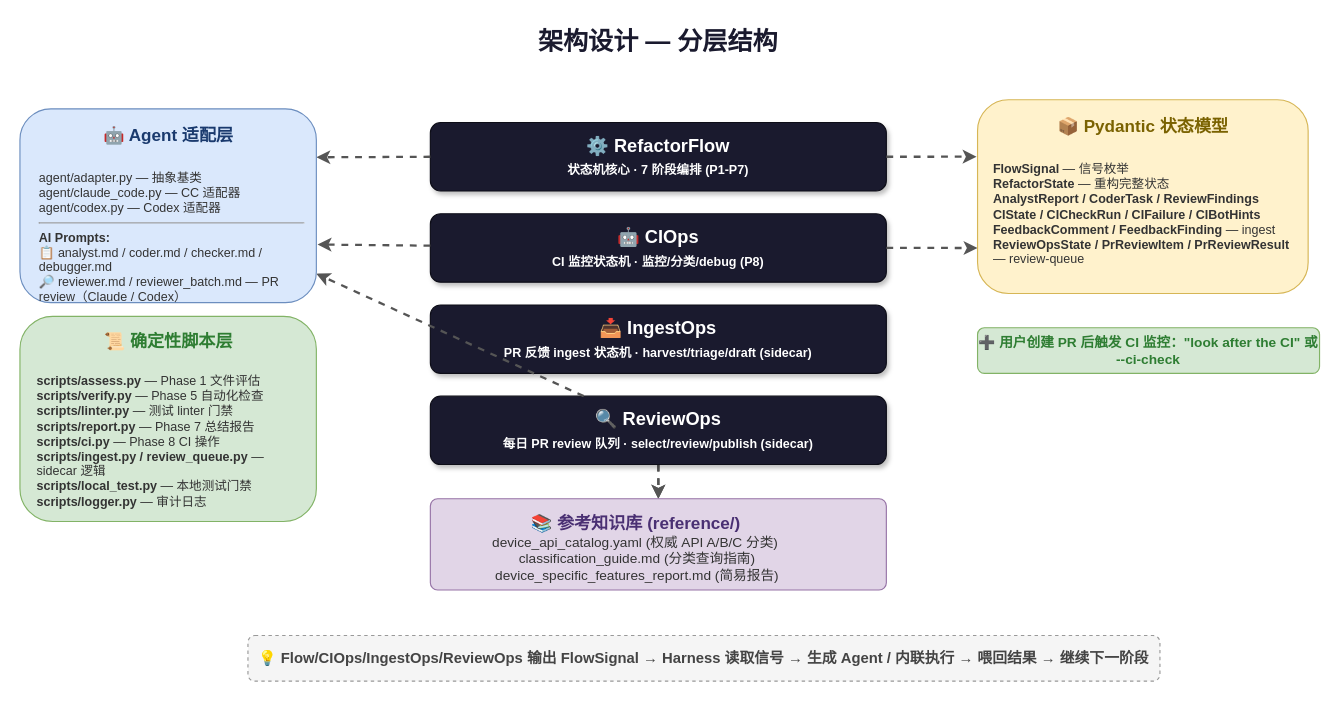
This is pytorch-test-refactoring/.assets/diagrams/architecture.drawio from KarhouTam/agent-skills, a draw.io file, before an edit. Source tidied: cells renumbered, new cells numbered last; positions are measured from the earlier drawing's top-left corner, leaving out a move shared by most shapes. Both pictures are drawn from the tidied source at 114%, with x=0, y=0 at pixel (19, 19).
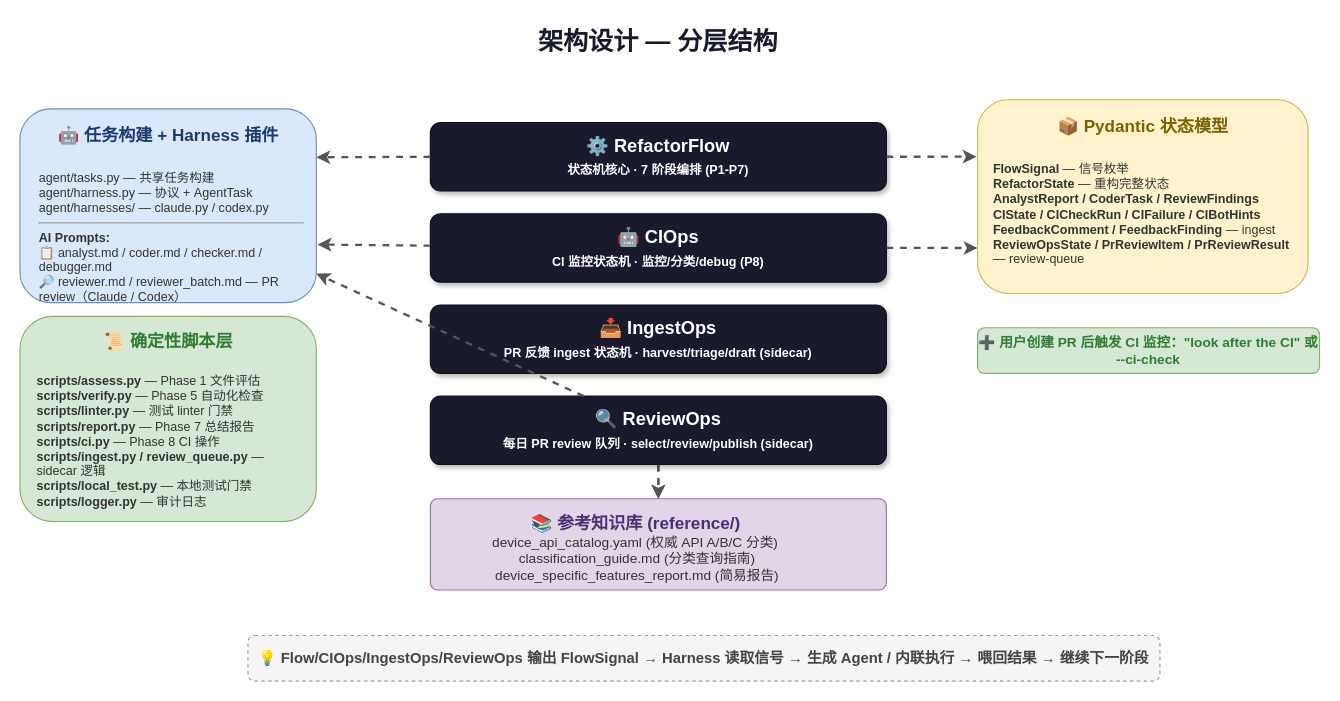
Above is the later version.

The change refers to these unchanged cells:
```xml
<mxCell id="23" style="group;" parent="1" vertex="1">
  <mxGeometry y="78" width="260" height="170" as="geometry" />
</mxCell>
```

Diff of the diagram source:
```diff
@@
-    <mxCell id="25" value="🤖 Agent 适配层" style="text;html=1;strokeColor=none;fillColor=none;align=center;verticalAlign=middle;fontSize=15;fontColor=#1a3a6e;fontStyle=1;" parent="23" vertex="1">
+    <mxCell id="25" value="🤖 任务构建 + Harness 插件" style="text;html=1;strokeColor=none;fillColor=none;align=center;verticalAlign=middle;fontSize=15;fontColor=#1a3a6e;fontStyle=1;" parent="23" vertex="1">
       <mxGeometry x="10" y="8" width="240" height="30" as="geometry" />
     </mxCell>
-    <mxCell id="26" value="agent/adapter.py — 抽象基类&lt;br&gt;agent/claude_code.py — CC 适配器&lt;br&gt;agent/codex.py — Codex 适配器&lt;br&gt;&lt;hr size=&quot;1&quot; /&gt;&lt;b&gt;AI Prompts:&lt;/b&gt;&lt;br&gt;📋 analyst.md / coder.md / checker.md / debugger.md&lt;br&gt;🔎 reviewer.md / reviewer_batch.md — PR review（Claude / Codex）" style="text;html=1;strokeColor=none;fillColor=none;align=left;verticalAlign=top;whiteSpace=wrap;fontSize=11;fontColor=#333;" parent="23" vertex="1">
+    <mxCell id="26" value="agent/tasks.py — 共享任务构建&lt;br&gt;agent/harness.py — 协议 + AgentTask&lt;br&gt;agent/harnesses/ — claude.py / codex.py&lt;br&gt;&lt;hr size=&quot;1&quot; /&gt;&lt;b&gt;AI Prompts:&lt;/b&gt;&lt;br&gt;📋 analyst.md / coder.md / checker.md / debugger.md&lt;br&gt;🔎 reviewer.md / reviewer_batch.md — PR review（Claude / Codex）" style="text;html=1;strokeColor=none;fillColor=none;align=left;verticalAlign=top;whiteSpace=wrap;fontSize=11;fontColor=#333;" parent="23" vertex="1">
       <mxGeometry x="15" y="48" width="235" height="115" as="geometry" />
     </mxCell>
```
